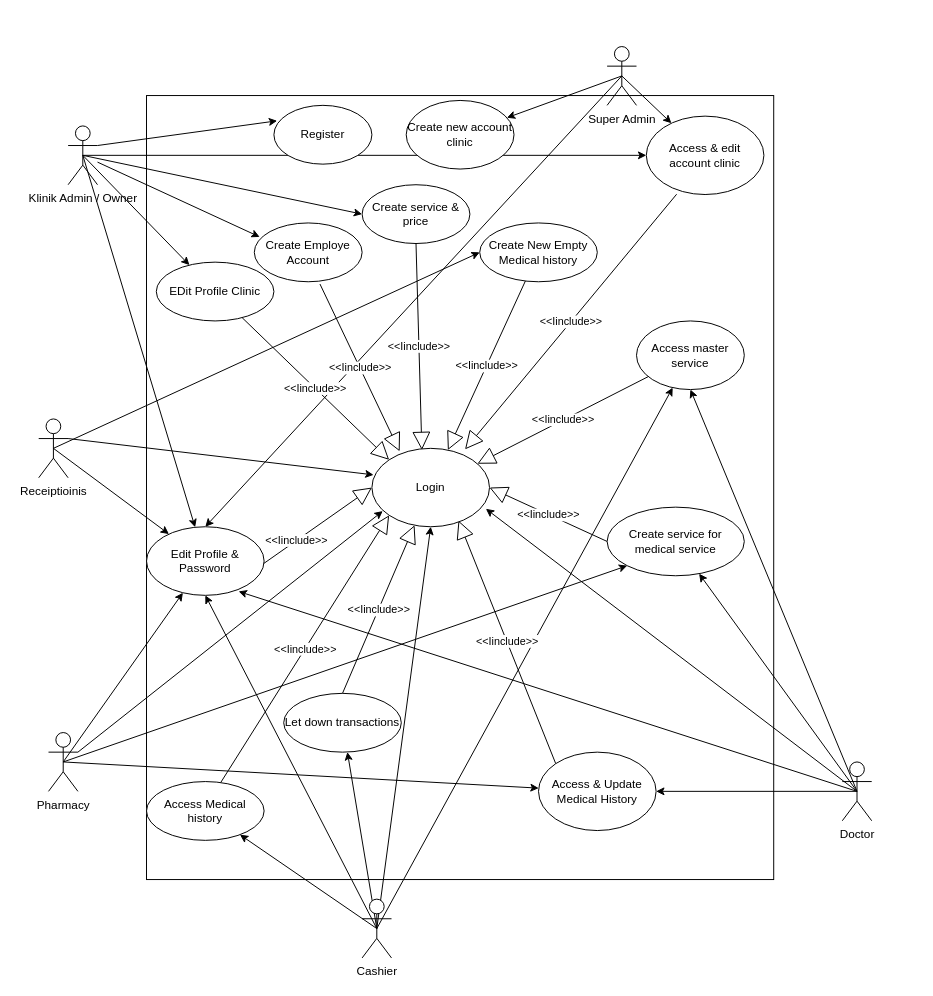
Before: page "use-case" (2 of 9) of klinik-use-case-diagram.drawio in rrahmatn/dfd_erd_uml, a draw.io diagram. Source tidied: cells renumbered, new cells numbered last; positions are measured from the earlier drawing's top-left corner, leaving out a move shared by most shapes. Both pictures are drawn from the tidied source at 98%, with x=0, y=0 at pixel (38, 46).
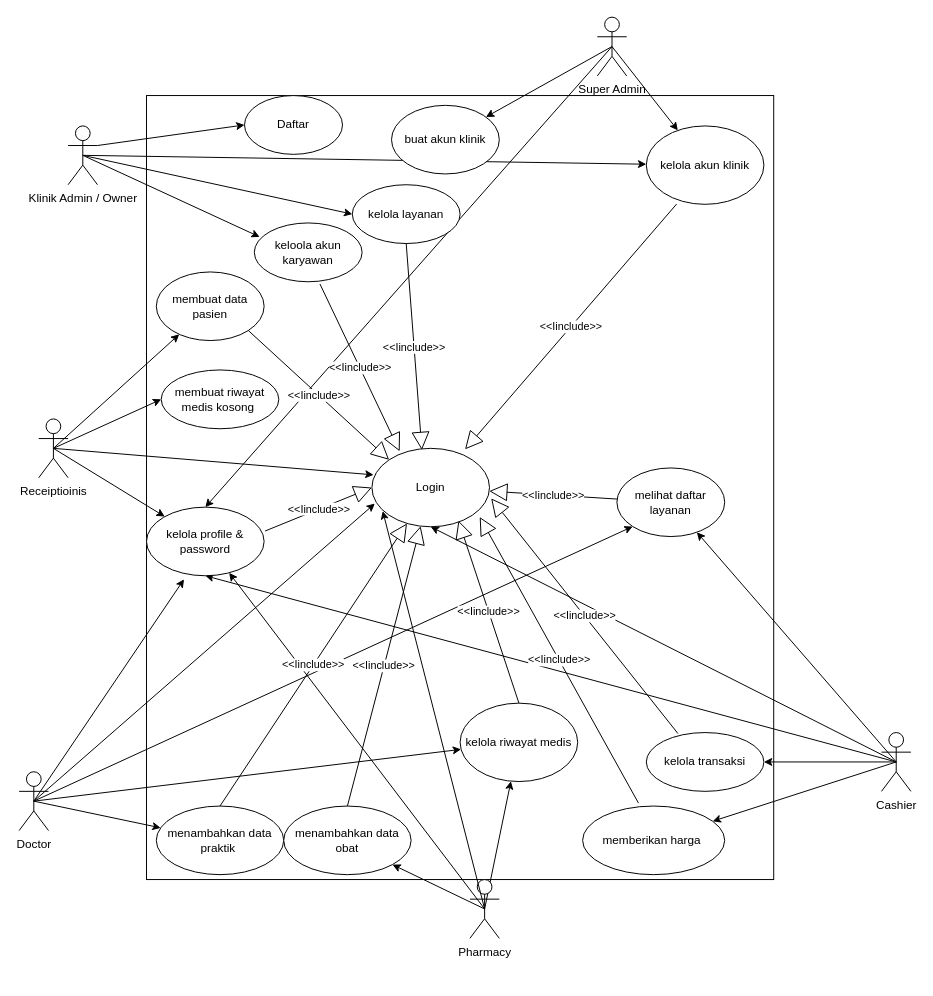
The same page after the edit.

The change refers to these unchanged cells:
```xml
<mxCell id="11" value="Klinik Admin / Owner" style="shape=umlActor;verticalLabelPosition=bottom;verticalAlign=top;html=1;outlineConnect=0;" parent="1" vertex="1">
  <mxGeometry x="30" y="81" width="30" height="60" as="geometry" />
</mxCell>
<mxCell id="22" value="Receiptioinis" style="shape=umlActor;verticalLabelPosition=bottom;verticalAlign=top;html=1;outlineConnect=0;" parent="1" vertex="1">
  <mxGeometry y="380" width="30" height="60" as="geometry" />
</mxCell>
<mxCell id="51" value="Login" style="ellipse;whiteSpace=wrap;html=1;" parent="1" vertex="1">
  <mxGeometry x="340" y="410" width="120" height="80" as="geometry" />
</mxCell>
```

Change to the diagram source:
```diff
@@
     <mxCell id="6" value="Super Admin" style="shape=umlActor;verticalLabelPosition=bottom;verticalAlign=top;html=1;outlineConnect=0;" parent="1" vertex="1">
-      <mxGeometry x="580" width="30" height="60" as="geometry" />
+      <mxGeometry x="570" y="-30" width="30" height="60" as="geometry" />
     </mxCell>
@@
-    <mxCell id="8" style="rounded=0;jettySize=auto;html=1;exitX=0.5;exitY=0.5;exitDx=0;exitDy=0;exitPerimeter=0;" parent="1" edge="1" source="11" target="49">
-      <mxGeometry relative="1" as="geometry" />
-    </mxCell>
@@
-    <mxCell id="10" style="rounded=0;jettySize=auto;html=1;exitX=0.5;exitY=0.5;exitDx=0;exitDy=0;exitPerimeter=0;" parent="1" edge="1" source="11" target="54">
-      <mxGeometry relative="1" as="geometry" />
-    </mxCell>
@@
-    <mxCell id="12" value="Register" style="ellipse;whiteSpace=wrap;html=1;" parent="1" vertex="1">
-      <mxGeometry x="240" y="60" width="100" height="60" as="geometry" />
+    <mxCell id="12" value="Daftar" style="ellipse;whiteSpace=wrap;html=1;" parent="1" vertex="1">
+      <mxGeometry x="210" y="50" width="100" height="60" as="geometry" />
     </mxCell>
-    <mxCell id="13" value="Create Employe Account" style="ellipse;whiteSpace=wrap;html=1;" parent="1" vertex="1">
+    <mxCell id="13" value="keloola akun karyawan" style="ellipse;whiteSpace=wrap;html=1;" parent="1" vertex="1">
       <mxGeometry x="220" y="180" width="110" height="60" as="geometry" />
     </mxCell>
-    <mxCell id="14" style="rounded=0;jettySize=auto;html=1;entryX=0.05;entryY=0.238;entryDx=0;entryDy=0;entryPerimeter=0;" parent="1" edge="1" source="11" target="13">
+    <mxCell id="14" style="rounded=0;jettySize=auto;html=1;entryX=0.05;entryY=0.238;entryDx=0;entryDy=0;entryPerimeter=0;exitX=0.5;exitY=0.5;exitDx=0;exitDy=0;exitPerimeter=0;" parent="1" edge="1" source="11" target="13">
       <mxGeometry relative="1" as="geometry" />
     </mxCell>
@@
-    <mxCell id="17" style="rounded=0;jettySize=auto;html=1;exitX=0.5;exitY=0.5;exitDx=0;exitDy=0;exitPerimeter=0;entryX=0;entryY=1;entryDx=0;entryDy=0;" parent="1" edge="1" source="18" target="56">
-      <mxGeometry relative="1" as="geometry" />
-    </mxCell>
+    <mxCell id="60" style="rounded=0;jettySize=auto;html=1;exitX=0.5;exitY=0.5;exitDx=0;exitDy=0;exitPerimeter=0;entryX=1;entryY=1;entryDx=0;entryDy=0;" parent="1" edge="1" source="18" target="64">
+      <mxGeometry relative="1" as="geometry" />
+    </mxCell>
     <mxCell id="18" value="Pharmacy" style="shape=umlActor;verticalLabelPosition=bottom;verticalAlign=top;html=1;outlineConnect=0;" parent="1" vertex="1">
-      <mxGeometry x="10" y="700" width="30" height="60" as="geometry" />
+      <mxGeometry x="440" y="850" width="30" height="60" as="geometry" />
     </mxCell>
-    <mxCell id="19" style="rounded=0;jettySize=auto;html=1;exitX=1;exitY=0.3333333333333333;exitDx=0;exitDy=0;exitPerimeter=0;entryX=0.014;entryY=0.338;entryDx=0;entryDy=0;entryPerimeter=0;" parent="1" edge="1" source="22" target="51">
+    <mxCell id="19" style="rounded=0;jettySize=auto;html=1;exitX=0.5;exitY=0.5;exitDx=0;exitDy=0;exitPerimeter=0;entryX=0.014;entryY=0.338;entryDx=0;entryDy=0;entryPerimeter=0;" parent="1" edge="1" source="22" target="51">
       <mxGeometry relative="1" as="geometry" />
     </mxCell>
@@
+    <mxCell id="61" style="rounded=0;jettySize=auto;html=1;exitX=0.5;exitY=0.5;exitDx=0;exitDy=0;exitPerimeter=0;" parent="1" edge="1" source="22" target="62">
+      <mxGeometry relative="1" as="geometry" />
+    </mxCell>
@@
-    <mxCell id="23" style="rounded=0;jettySize=auto;html=1;exitX=1;exitY=0.3333333333333333;exitDx=0;exitDy=0;exitPerimeter=0;entryX=0.092;entryY=0.8;entryDx=0;entryDy=0;entryPerimeter=0;" parent="1" edge="1" source="18" target="51">
+    <mxCell id="23" style="rounded=0;jettySize=auto;html=1;exitX=0.5;exitY=0.5;exitDx=0;exitDy=0;exitPerimeter=0;entryX=0.092;entryY=0.8;entryDx=0;entryDy=0;entryPerimeter=0;" parent="1" edge="1" source="18" target="51">
       <mxGeometry relative="1" as="geometry" />
     </mxCell>
@@
-    <mxCell id="25" style="rounded=0;jettySize=auto;html=1;exitX=0.5;exitY=0.5;exitDx=0;exitDy=0;exitPerimeter=0;entryX=0.5;entryY=1;entryDx=0;entryDy=0;" parent="1" edge="1" source="27" target="40">
+    <mxCell id="25" style="rounded=0;jettySize=auto;html=1;exitX=0.5;exitY=0.5;exitDx=0;exitDy=0;exitPerimeter=0;entryX=0;entryY=1;entryDx=0;entryDy=0;" parent="1" edge="1" source="27" target="40">
       <mxGeometry relative="1" as="geometry" />
     </mxCell>
@@
     <mxCell id="27" value="Doctor" style="shape=umlActor;verticalLabelPosition=bottom;verticalAlign=top;html=1;outlineConnect=0;" parent="1" vertex="1">
-      <mxGeometry x="820" y="730" width="30" height="60" as="geometry" />
+      <mxGeometry x="-20" y="740" width="30" height="60" as="geometry" />
     </mxCell>
@@
     <mxCell id="32" value="Cashier" style="shape=umlActor;verticalLabelPosition=bottom;verticalAlign=top;html=1;" parent="1" vertex="1">
-      <mxGeometry x="330" y="870" width="30" height="60" as="geometry" />
+      <mxGeometry x="860" y="700" width="30" height="60" as="geometry" />
     </mxCell>
-    <mxCell id="33" style="rounded=0;jettySize=auto;html=1;exitX=0.5;exitY=0.5;exitDx=0;exitDy=0;exitPerimeter=0;entryX=0.969;entryY=0.771;entryDx=0;entryDy=0;entryPerimeter=0;" parent="1" edge="1" source="27" target="51">
-      <mxGeometry relative="1" as="geometry" />
-    </mxCell>
-    <mxCell id="34" value="Create service &amp;amp; price" style="ellipse;whiteSpace=wrap;html=1;" parent="1" vertex="1">
-      <mxGeometry x="330" y="141" width="110" height="60" as="geometry" />
+    <mxCell id="34" value="kelola layanan" style="ellipse;whiteSpace=wrap;html=1;" parent="1" vertex="1">
+      <mxGeometry x="320" y="141" width="110" height="60" as="geometry" />
     </mxCell>
-    <mxCell id="35" value="Access Medical history" style="ellipse;whiteSpace=wrap;html=1;" parent="1" vertex="1">
-      <mxGeometry x="110" y="750" width="120" height="60" as="geometry" />
+    <mxCell id="35" value="memberikan harga&amp;nbsp;" style="ellipse;whiteSpace=wrap;html=1;" parent="1" vertex="1">
+      <mxGeometry x="555" y="775" width="145" height="70" as="geometry" />
     </mxCell>
@@
-    <mxCell id="37" style="rounded=0;jettySize=auto;html=1;exitX=0.5;exitY=0.5;exitDx=0;exitDy=0;exitPerimeter=0;entryX=0.783;entryY=0.943;entryDx=0;entryDy=0;entryPerimeter=0;" parent="1" edge="1" source="27" target="49">
+    <mxCell id="37" style="rounded=0;jettySize=auto;html=1;exitX=0.5;exitY=0.5;exitDx=0;exitDy=0;exitPerimeter=0;entryX=0.319;entryY=1.052;entryDx=0;entryDy=0;entryPerimeter=0;" parent="1" edge="1" source="27" target="49">
       <mxGeometry relative="1" as="geometry" />
     </mxCell>
-    <mxCell id="38" value="Create new account clinic" style="ellipse;whiteSpace=wrap;html=1;" parent="1" vertex="1">
-      <mxGeometry x="375" y="55" width="110" height="70" as="geometry" />
+    <mxCell id="38" value="buat akun klinik" style="ellipse;whiteSpace=wrap;html=1;" parent="1" vertex="1">
+      <mxGeometry x="360" y="60" width="110" height="70" as="geometry" />
     </mxCell>
-    <mxCell id="39" value="Access &amp;amp; edit account clinic" style="ellipse;whiteSpace=wrap;html=1;" parent="1" vertex="1">
-      <mxGeometry x="620" y="71" width="120" height="80" as="geometry" />
+    <mxCell id="39" value="kelola akun klinik" style="ellipse;whiteSpace=wrap;html=1;" parent="1" vertex="1">
+      <mxGeometry x="620" y="81" width="120" height="80" as="geometry" />
     </mxCell>
-    <mxCell id="40" value="Access master service" style="ellipse;whiteSpace=wrap;html=1;" parent="1" vertex="1">
-      <mxGeometry x="610" y="280" width="110" height="70" as="geometry" />
+    <mxCell id="40" value="melihat daftar layanan" style="ellipse;whiteSpace=wrap;html=1;" parent="1" vertex="1">
+      <mxGeometry x="590" y="430" width="110" height="70" as="geometry" />
     </mxCell>
-    <mxCell id="41" value="&amp;lt;&amp;lt;Iinclude&amp;gt;&amp;gt;" style="endArrow=block;endSize=16;endFill=0;html=1;rounded=0;exitX=0.631;exitY=0.976;exitDx=0;exitDy=0;exitPerimeter=0;entryX=0;entryY=0.5;entryDx=0;entryDy=0;" parent="1" edge="1" source="49" target="51">
+    <mxCell id="41" value="&amp;lt;&amp;lt;Iinclude&amp;gt;&amp;gt;" style="endArrow=block;endSize=16;endFill=0;html=1;rounded=0;exitX=1.008;exitY=0.348;exitDx=0;exitDy=0;exitPerimeter=0;entryX=0;entryY=0.5;entryDx=0;entryDy=0;" parent="1" edge="1" source="49" target="51">
       <mxGeometry relative="1" as="geometry" />
     </mxCell>
-    <mxCell id="42" value="&amp;lt;&amp;lt;Iinclude&amp;gt;&amp;gt;" style="endArrow=block;endSize=16;endFill=0;html=1;rounded=0;" parent="1" edge="1" source="47" target="51">
-      <mxGeometry relative="1" as="geometry" />
-    </mxCell>
-    <mxCell id="43" value="&amp;lt;&amp;lt;Iinclude&amp;gt;&amp;gt;" style="endArrow=block;endSize=16;endFill=0;html=1;rounded=0;entryX=0.736;entryY=0.921;entryDx=0;entryDy=0;entryPerimeter=0;exitX=0;exitY=0;exitDx=0;exitDy=0;" parent="1" edge="1" source="44" target="51">
+    <mxCell id="43" value="&amp;lt;&amp;lt;Iinclude&amp;gt;&amp;gt;" style="endArrow=block;endSize=16;endFill=0;html=1;rounded=0;entryX=0.736;entryY=0.921;entryDx=0;entryDy=0;entryPerimeter=0;exitX=0.5;exitY=0;exitDx=0;exitDy=0;" parent="1" edge="1" source="44" target="51">
       <mxGeometry relative="1" as="geometry" />
     </mxCell>
-    <mxCell id="44" value="Access &amp;amp; Update Medical History" style="ellipse;whiteSpace=wrap;html=1;" parent="1" vertex="1">
-      <mxGeometry x="510" y="720" width="120" height="80" as="geometry" />
+    <mxCell id="44" value="kelola riwayat medis" style="ellipse;whiteSpace=wrap;html=1;" parent="1" vertex="1">
+      <mxGeometry x="430" y="670" width="120" height="80" as="geometry" />
     </mxCell>
-    <mxCell id="45" value="&amp;lt;&amp;lt;Iinclude&amp;gt;&amp;gt;" style="endArrow=block;endSize=16;endFill=0;html=1;rounded=0;entryX=0;entryY=1;entryDx=0;entryDy=0;exitX=0.631;exitY=0.017;exitDx=0;exitDy=0;exitPerimeter=0;" parent="1" edge="1" source="35" target="51">
-      <mxGeometry relative="1" as="geometry" />
+    <mxCell id="45" value="&amp;lt;&amp;lt;Iinclude&amp;gt;&amp;gt;" style="endArrow=block;endSize=16;endFill=0;html=1;rounded=0;exitX=0.393;exitY=-0.043;exitDx=0;exitDy=0;exitPerimeter=0;" parent="1" edge="1" source="35">
+      <mxGeometry relative="1" as="geometry">
+        <mxPoint x="450" y="480" as="targetPoint" />
+      </mxGeometry>
     </mxCell>
@@
-    <mxCell id="47" value="Create New Empty Medical history" style="ellipse;whiteSpace=wrap;html=1;" parent="1" vertex="1">
-      <mxGeometry x="450" y="180" width="120" height="60" as="geometry" />
+    <mxCell id="47" value="membuat riwayat medis kosong&amp;nbsp;" style="ellipse;whiteSpace=wrap;html=1;" parent="1" vertex="1">
+      <mxGeometry x="125" y="330" width="120" height="60" as="geometry" />
     </mxCell>
@@
-    <mxCell id="49" value="Edit Profile &amp;amp; Password" style="ellipse;whiteSpace=wrap;html=1;" parent="1" vertex="1">
-      <mxGeometry x="110" y="490" width="120" height="70" as="geometry" />
+    <mxCell id="49" value="kelola profile &amp;amp; password" style="ellipse;whiteSpace=wrap;html=1;" parent="1" vertex="1">
+      <mxGeometry x="110" y="470" width="120" height="70" as="geometry" />
     </mxCell>
-    <mxCell id="50" style="rounded=0;jettySize=auto;html=1;exitX=1;exitY=0.3333333333333333;exitDx=0;exitDy=0;exitPerimeter=0;entryX=0.033;entryY=0.263;entryDx=0;entryDy=0;entryPerimeter=0;" parent="1" edge="1" source="11" target="12">
+    <mxCell id="50" style="rounded=0;jettySize=auto;html=1;exitX=1;exitY=0.3333333333333333;exitDx=0;exitDy=0;exitPerimeter=0;entryX=0;entryY=0.5;entryDx=0;entryDy=0;" parent="1" edge="1" source="11" target="12">
       <mxGeometry relative="1" as="geometry" />
     </mxCell>
@@
-    <mxCell id="54" value="EDit Profile Clinic" style="ellipse;whiteSpace=wrap;html=1;" parent="1" vertex="1">
-      <mxGeometry x="120" y="220" width="120" height="60" as="geometry" />
-    </mxCell>
-    <mxCell id="55" value="&amp;lt;&amp;lt;Iinclude&amp;gt;&amp;gt;" style="endArrow=block;endSize=16;endFill=0;html=1;rounded=0;entryX=0;entryY=0;entryDx=0;entryDy=0;" parent="1" edge="1" source="54" target="51">
-      <mxGeometry relative="1" as="geometry" />
-    </mxCell>
-    <mxCell id="56" value="Create service for medical service" style="ellipse;whiteSpace=wrap;html=1;" parent="1" vertex="1">
-      <mxGeometry x="580" y="470" width="140" height="70" as="geometry" />
+    <mxCell id="56" value="menambahkan data praktik&amp;nbsp;" style="ellipse;whiteSpace=wrap;html=1;" parent="1" vertex="1">
+      <mxGeometry x="120" y="775" width="130" height="70" as="geometry" />
     </mxCell>
-    <mxCell id="57" value="&amp;lt;&amp;lt;Iinclude&amp;gt;&amp;gt;" style="endArrow=block;endSize=16;endFill=0;html=1;rounded=0;entryX=1;entryY=0.5;entryDx=0;entryDy=0;exitX=0;exitY=0.5;exitDx=0;exitDy=0;" parent="1" edge="1" source="56" target="51">
+    <mxCell id="57" value="&amp;lt;&amp;lt;Iinclude&amp;gt;&amp;gt;" style="endArrow=block;endSize=16;endFill=0;html=1;rounded=0;exitX=0.5;exitY=0;exitDx=0;exitDy=0;" parent="1" edge="1" source="56" target="51">
       <mxGeometry relative="1" as="geometry" />
     </mxCell>
-    <mxCell id="58" value="Let down transactions" style="ellipse;whiteSpace=wrap;html=1;" parent="1" vertex="1">
-      <mxGeometry x="250" y="660" width="120" height="60" as="geometry" />
+    <mxCell id="58" value="kelola transaksi" style="ellipse;whiteSpace=wrap;html=1;" parent="1" vertex="1">
+      <mxGeometry x="620" y="700" width="120" height="60" as="geometry" />
     </mxCell>
+    <mxCell id="62" value="membuat data pasien" style="ellipse;whiteSpace=wrap;html=1;" parent="1" vertex="1">
+      <mxGeometry x="120" y="230" width="110" height="70" as="geometry" />
+    </mxCell>
+    <mxCell id="63" value="&amp;lt;&amp;lt;Iinclude&amp;gt;&amp;gt;" style="endArrow=block;endSize=16;endFill=0;html=1;rounded=0;entryX=0;entryY=0;entryDx=0;entryDy=0;exitX=1;exitY=1;exitDx=0;exitDy=0;" parent="1" edge="1" source="62" target="51">
+      <mxGeometry relative="1" as="geometry" />
+    </mxCell>
+    <mxCell id="33" style="rounded=0;jettySize=auto;html=1;exitX=0.5;exitY=0.5;exitDx=0;exitDy=0;exitPerimeter=0;entryX=0.025;entryY=0.704;entryDx=0;entryDy=0;entryPerimeter=0;" parent="1" edge="1" source="27" target="51">
+      <mxGeometry relative="1" as="geometry" />
+    </mxCell>
+    <mxCell id="64" value="menambahkan data obat" style="ellipse;whiteSpace=wrap;html=1;" parent="1" vertex="1">
+      <mxGeometry x="250" y="775" width="130" height="70" as="geometry" />
+    </mxCell>
-    <mxCell id="59" value="&amp;lt;&amp;lt;Iinclude&amp;gt;&amp;gt;" style="endArrow=block;endSize=16;endFill=0;html=1;rounded=0;exitX=0.5;exitY=0;exitDx=0;exitDy=0;" parent="1" edge="1" source="58" target="51">
+    <mxCell id="59" value="&amp;lt;&amp;lt;Iinclude&amp;gt;&amp;gt;" style="endArrow=block;endSize=16;endFill=0;html=1;rounded=0;exitX=0.5;exitY=0;exitDx=0;exitDy=0;" parent="1" edge="1" source="64" target="51">
       <mxGeometry relative="1" as="geometry" />
     </mxCell>
+    <mxCell id="65" value="&amp;lt;&amp;lt;Iinclude&amp;gt;&amp;gt;" style="endArrow=block;endSize=16;endFill=0;html=1;rounded=0;exitX=0.269;exitY=0.017;exitDx=0;exitDy=0;exitPerimeter=0;entryX=1.014;entryY=0.638;entryDx=0;entryDy=0;entryPerimeter=0;" parent="1" edge="1" source="58" target="51">
+      <mxGeometry relative="1" as="geometry" />
+    </mxCell>
```
